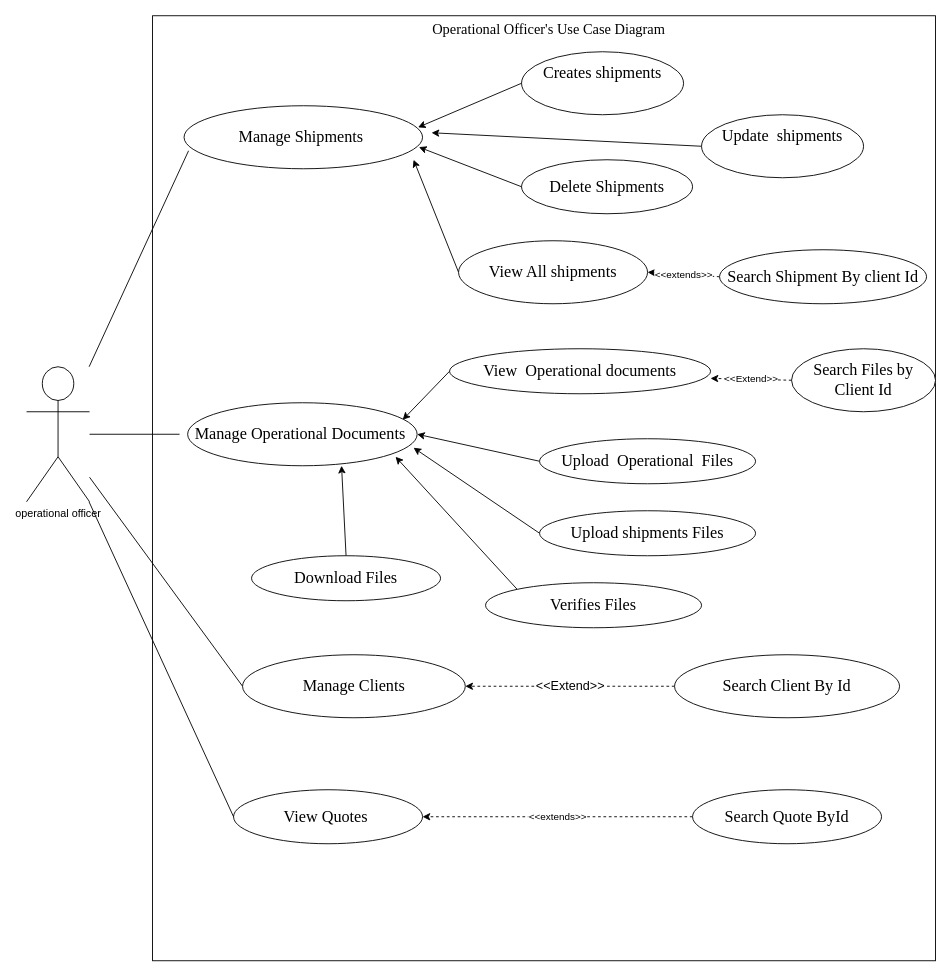
Above: use case diagrams/operational_agent_use_case.drawio in adembornfrompain/backend_projet_avr (draw.io), before the change. Source tidied: cells renumbered, new cells numbered last; positions are measured from the earlier drawing's top-left corner, leaving out a move shared by most shapes. Both pictures are drawn from the tidied source at 90%, with x=0, y=0 at pixel (26, 15).
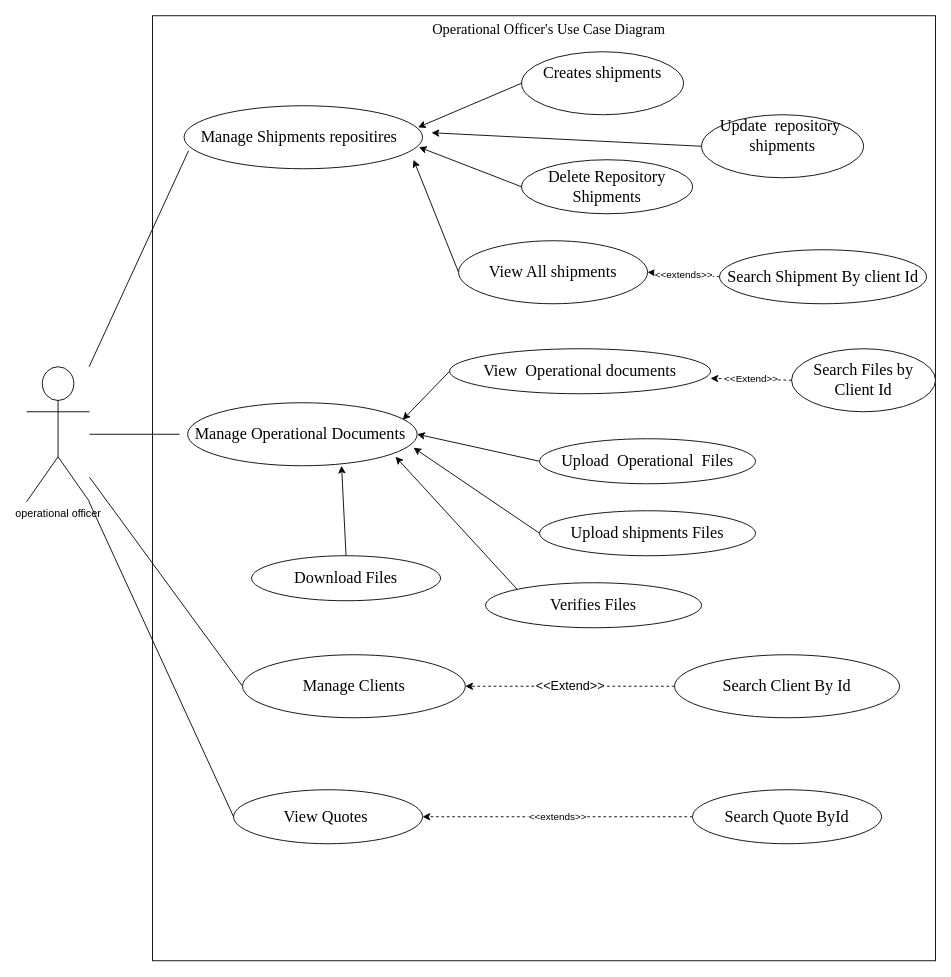
The same diagram, later.

Diff of the diagram source:
```diff
@@
-    <mxCell id="4" value="Manage Shipments&amp;nbsp;" style="ellipse;whiteSpace=wrap;html=1;fontFamily=Times New Roman;fontSize=18;" parent="1" vertex="1">
+    <mxCell id="4" value="Manage Shipments repositires&amp;nbsp;&amp;nbsp;" style="ellipse;whiteSpace=wrap;html=1;fontFamily=Times New Roman;fontSize=18;" parent="1" vertex="1">
       <mxGeometry x="175" y="100" width="265" height="70" as="geometry" />
     </mxCell>
@@
-    <mxCell id="8" value="Delete Shipments" style="ellipse;whiteSpace=wrap;html=1;fontFamily=Times New Roman;fontSize=18;" parent="1" vertex="1">
+    <mxCell id="8" value="Delete Repository Shipments" style="ellipse;whiteSpace=wrap;html=1;fontFamily=Times New Roman;fontSize=18;" parent="1" vertex="1">
       <mxGeometry x="550" y="160" width="190" height="60" as="geometry" />
     </mxCell>
@@
-    <mxCell id="28" value="&lt;div&gt;&lt;font color=&quot;#000000&quot;&gt;Update&amp;nbsp; shipments&lt;/font&gt;&lt;/div&gt;&lt;div&gt;&lt;br&gt;&lt;/div&gt;" style="ellipse;whiteSpace=wrap;html=1;fontFamily=Times New Roman;fontSize=18;align=center;" parent="1" vertex="1">
+    <mxCell id="28" value="&lt;div&gt;&lt;font color=&quot;#000000&quot;&gt;Update&amp;nbsp; repository&amp;nbsp; shipments&lt;/font&gt;&lt;/div&gt;&lt;div&gt;&lt;br&gt;&lt;/div&gt;" style="ellipse;whiteSpace=wrap;html=1;fontFamily=Times New Roman;fontSize=18;align=center;" parent="1" vertex="1">
       <mxGeometry x="750" y="110" width="180" height="70" as="geometry" />
     </mxCell>
```
